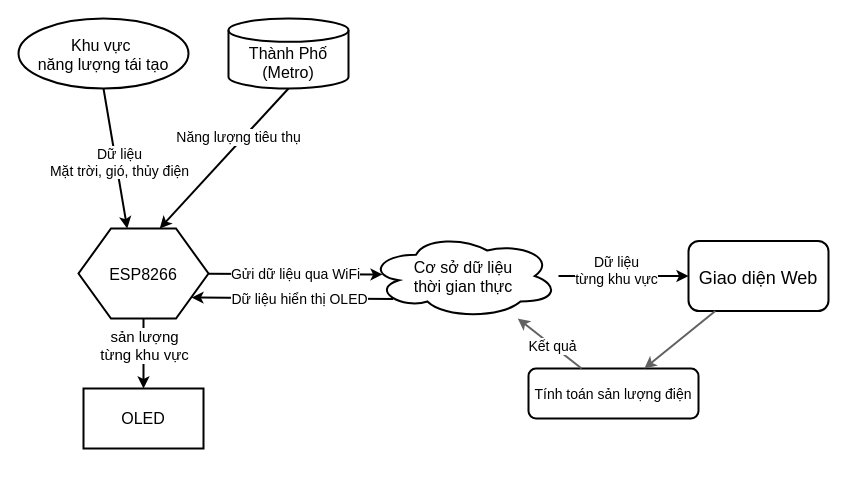
The draw.io diagram page "Page-3" (3 of 7) of docs/Renewable.drawio in NguyenLoc25/smart-urban, before the edit. Source tidied: cells renumbered, new cells numbered last; positions are measured from the earlier drawing's top-left corner, leaving out a move shared by most shapes. Both pictures are drawn from the tidied source at 100%, with x=0, y=0 at pixel (18, 18).
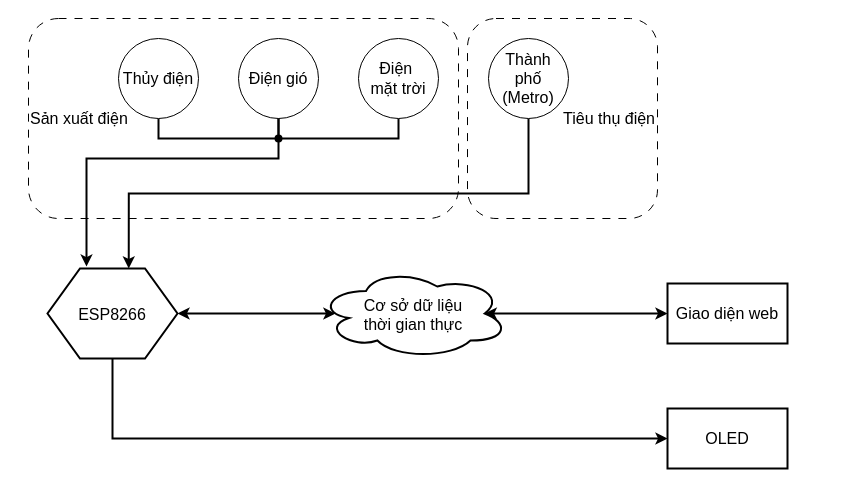
After the change.

Change to the diagram source:
```diff
@@
-    <mxCell id="2" value="Khu vực &#10;năng lượng tái tạo" style="shape=ellipse;fontSize=16;strokeWidth=2;" parent="1" vertex="1">
-      <mxGeometry width="170" height="70" as="geometry" />
-    </mxCell>
     <mxCell id="3" value="ESP8266" style="shape=hexagon;fontSize=16;strokeWidth=2;" parent="1" vertex="1">
-      <mxGeometry x="60" y="210" width="130" height="90" as="geometry" />
+      <mxGeometry x="29" y="250" width="130" height="90" as="geometry" />
     </mxCell>
     <mxCell id="4" value="Cơ sở dữ liệu&#10;thời gian thực" style="shape=cloud;fontSize=16;strokeWidth=2;" parent="1" vertex="1">
-      <mxGeometry x="350" y="215" width="190" height="85" as="geometry" />
+      <mxGeometry x="300" y="250" width="190" height="90" as="geometry" />
     </mxCell>
-    <mxCell id="5" value="Giao diện Web" style="shape=rectangle;rounded=1;fontSize=18;strokeWidth=2;" parent="1" vertex="1">
-      <mxGeometry x="670" y="222.5" width="140" height="70" as="geometry" />
-    </mxCell>
-    <mxCell id="6" value="&lt;div&gt;&lt;br&gt;&lt;/div&gt;Thành Phố (Metro)" style="strokeWidth=2;html=1;shape=mxgraph.flowchart.database;whiteSpace=wrap;fontSize=16;" parent="1" vertex="1">
-      <mxGeometry x="210" width="120" height="70" as="geometry" />
-    </mxCell>
-    <mxCell id="7" value="&lt;font style=&quot;color: rgb(0, 0, 0); font-size: 14px;&quot;&gt;Dữ liệu&lt;/font&gt;&lt;div&gt;&lt;font style=&quot;color: rgb(0, 0, 0); font-size: 14px;&quot;&gt;Mặt trời, gió, thủy điện&lt;/font&gt;&lt;/div&gt;" style="endArrow=classic;html=1;strokeWidth=2;fontSize=12;fontColor=#FF8F00;exitX=0.5;exitY=1;entryX=0.375;entryY=0;entryDx=0;entryDy=0;" parent="1" edge="1" source="2" target="3">
-      <mxGeometry x="0.07" y="3" relative="1" as="geometry" />
-    </mxCell>
+    <mxCell id="16" style="edgeStyle=orthogonalEdgeStyle;rounded=0;jettySize=auto;html=1;strokeWidth=2;" parent="1" edge="1" source="3" target="18">
+      <mxGeometry relative="1" as="geometry">
+        <Array as="points">
+          <mxPoint x="94" y="420" />
+        </Array>
+      </mxGeometry>
+    </mxCell>
+    <mxCell id="18" value="&lt;font style=&quot;font-size: 16px;&quot;&gt;OLED&lt;/font&gt;" style="rounded=0;whiteSpace=wrap;html=1;strokeWidth=2;" parent="1" vertex="1">
+      <mxGeometry x="649" y="390" width="120" height="60" as="geometry" />
+    </mxCell>
+    <mxCell id="19" style="edgeStyle=orthogonalEdgeStyle;rounded=0;jettySize=auto;html=1;exitX=0.5;exitY=1;exitDx=0;exitDy=0;entryX=0.5;entryY=1;entryDx=0;entryDy=0;endArrow=none;startFill=0;strokeWidth=2;" parent="1" edge="1" source="20" target="23">
+      <mxGeometry relative="1" as="geometry" />
+    </mxCell>
+    <mxCell id="20" value="&lt;font style=&quot;font-size: 16px;&quot;&gt;Thủy điện&lt;/font&gt;" style="ellipse;whiteSpace=wrap;html=1;" parent="1" vertex="1">
+      <mxGeometry x="100" y="20" width="80" height="80" as="geometry" />
+    </mxCell>
+    <mxCell id="21" style="edgeStyle=orthogonalEdgeStyle;rounded=0;jettySize=auto;html=1;exitX=0.5;exitY=1;exitDx=0;exitDy=0;endArrow=oval;endFill=1;strokeWidth=2;" parent="1" edge="1" source="22">
+      <mxGeometry relative="1" as="geometry">
+        <mxPoint x="260" y="120" as="targetPoint" />
+        <Array as="points">
+          <mxPoint x="380" y="120" />
+        </Array>
+      </mxGeometry>
+    </mxCell>
+    <mxCell id="22" value="&lt;font style=&quot;font-size: 16px;&quot;&gt;Điện&amp;nbsp;&lt;/font&gt;&lt;div&gt;&lt;font style=&quot;font-size: 16px;&quot;&gt;mặt trời&lt;/font&gt;&lt;/div&gt;" style="ellipse;whiteSpace=wrap;html=1;" parent="1" vertex="1">
+      <mxGeometry x="340" y="20" width="80" height="80" as="geometry" />
+    </mxCell>
+    <mxCell id="23" value="&lt;font style=&quot;font-size: 16px;&quot;&gt;Điện gió&lt;/font&gt;" style="ellipse;whiteSpace=wrap;html=1;" parent="1" vertex="1">
+      <mxGeometry x="220" y="20" width="80" height="80" as="geometry" />
+    </mxCell>
+    <mxCell id="24" style="edgeStyle=orthogonalEdgeStyle;rounded=0;jettySize=auto;html=1;exitX=0.5;exitY=1;exitDx=0;exitDy=0;entryX=0.625;entryY=0;entryDx=0;entryDy=0;strokeWidth=2;" parent="1" edge="1" source="25" target="3">
+      <mxGeometry relative="1" as="geometry" />
+    </mxCell>
+    <mxCell id="25" value="&lt;font style=&quot;font-size: 16px;&quot;&gt;Thành&lt;/font&gt;&lt;div&gt;&lt;font style=&quot;font-size: 16px;&quot;&gt;phố&lt;/font&gt;&lt;/div&gt;&lt;div&gt;&lt;font style=&quot;font-size: 16px;&quot;&gt;(Metro)&lt;/font&gt;&lt;/div&gt;" style="ellipse;whiteSpace=wrap;html=1;" parent="1" vertex="1">
+      <mxGeometry x="470" y="20" width="80" height="80" as="geometry" />
+    </mxCell>
+    <mxCell id="26" style="edgeStyle=orthogonalEdgeStyle;rounded=0;jettySize=auto;html=1;exitX=0.5;exitY=1;exitDx=0;exitDy=0;entryX=0.3;entryY=-0.022;entryDx=0;entryDy=0;entryPerimeter=0;strokeWidth=2;" parent="1" edge="1" source="23" target="3">
+      <mxGeometry relative="1" as="geometry">
+        <Array as="points">
+          <mxPoint x="260" y="140" />
+          <mxPoint x="68" y="140" />
+        </Array>
+      </mxGeometry>
+    </mxCell>
+    <mxCell id="27" value="&lt;font style=&quot;font-size: 16px;&quot;&gt;Tiêu thụ điện&lt;/font&gt;" style="rounded=1;whiteSpace=wrap;html=1;fillColor=none;align=right;dashed=1;dashPattern=8 8;" parent="1" vertex="1">
+      <mxGeometry x="449" width="190" height="200" as="geometry" />
+    </mxCell>
-    <mxCell id="8" value="&lt;font style=&quot;color: rgb(0, 0, 0); font-size: 14px;&quot;&gt;Gửi dữ liệu qua WiFi&lt;/font&gt;" style="endArrow=classic;html=1;strokeWidth=2;fontSize=12;fontColor=#5E35B1;dashed=0;entryX=0.074;entryY=0.482;entryDx=0;entryDy=0;entryPerimeter=0;" parent="1" edge="1" source="3" target="4">
+    <mxCell id="8" style="edgeStyle=orthogonalEdgeStyle;rounded=0;jettySize=auto;html=1;exitX=1;exitY=0.5;exitDx=0;exitDy=0;entryX=0.089;entryY=0.5;entryDx=0;entryDy=0;entryPerimeter=0;startArrow=classic;startFill=1;strokeWidth=2;" parent="1" edge="1" source="3" target="4">
       <mxGeometry relative="1" as="geometry" />
     </mxCell>
-    <mxCell id="9" value="&lt;font style=&quot;font-size: 14px; color: light-dark(rgb(0, 0, 0), rgb(237, 237, 237));&quot;&gt;Dữ liệu&lt;br&gt;từng khu vực&lt;/font&gt;" style="endArrow=classic;html=1;strokeWidth=2;fontSize=12;fontColor=#01579B;dashed=0;" parent="1" edge="1" source="4" target="5">
-      <mxGeometry x="-0.11" y="6" relative="1" as="geometry" />
-    </mxCell>
-    <mxCell id="10" value="&lt;font style=&quot;font-size: 14px; color: light-dark(rgb(0, 0, 0), rgb(237, 237, 237));&quot;&gt;Dữ liệu hiển thị OLED&lt;/font&gt;" style="endArrow=classic;html=1;strokeWidth=2;fontSize=12;fontColor=#5E35B1;dashed=0;exitX=0.13;exitY=0.77;exitDx=0;exitDy=0;exitPerimeter=0;entryX=0.869;entryY=0.767;entryDx=0;entryDy=0;entryPerimeter=0;" parent="1" edge="1" source="4" target="3">
-      <mxGeometry x="-0.07" y="1" relative="1" as="geometry" />
-    </mxCell>
-    <mxCell id="11" value="&lt;font style=&quot;color: rgb(0, 0, 0); font-size: 14px;&quot;&gt;Năng lượng tiêu thụ&lt;/font&gt;" style="endArrow=classic;html=1;strokeWidth=2;fontSize=12;fontColor=#7B1FA2;exitX=0.5;exitY=1;exitDx=0;exitDy=0;exitPerimeter=0;entryX=0.625;entryY=0;entryDx=0;entryDy=0;" parent="1" edge="1" source="6" target="3">
-      <mxGeometry x="-0.26" y="-3" relative="1" as="geometry" />
-    </mxCell>
-    <mxCell id="12" value="Tính toán sản lượng điện" style="shape=rectangle;rounded=1;fontSize=14;strokeWidth=2;" parent="1" vertex="1">
-      <mxGeometry x="510" y="350" width="170" height="50" as="geometry" />
-    </mxCell>
-    <mxCell id="13" style="endArrow=classic;html=1;strokeWidth=2;strokeColor=#616161;fontSize=12;dashed=0;" parent="1" edge="1" source="12" target="4">
-      <mxGeometry relative="1" as="geometry" />
-    </mxCell>
-    <mxCell id="14" value="&lt;font style=&quot;font-size: 14px;&quot;&gt;Kết quả&lt;/font&gt;" style="edgeLabel;html=1;align=center;verticalAlign=middle;" parent="13" vertex="1">
-      <mxGeometry x="-0.08" relative="1" as="geometry" />
-    </mxCell>
-    <mxCell id="15" style="endArrow=classic;html=1;strokeWidth=2;strokeColor=#616161;fontSize=12;dashed=0;" parent="1" edge="1" source="5" target="12">
-      <mxGeometry relative="1" as="geometry" />
-    </mxCell>
-    <mxCell id="16" style="edgeStyle=orthogonalEdgeStyle;rounded=0;jettySize=auto;html=1;strokeWidth=2;" parent="1" edge="1" source="3" target="18">
-      <mxGeometry relative="1" as="geometry" />
-    </mxCell>
-    <mxCell id="17" value="&lt;font style=&quot;font-size: 15px;&quot;&gt;sản lượng&lt;/font&gt;&lt;div&gt;&lt;font style=&quot;font-size: 15px;&quot;&gt;từng khu vực&lt;/font&gt;&lt;/div&gt;" style="edgeLabel;html=1;align=center;verticalAlign=middle;" parent="16" vertex="1">
-      <mxGeometry x="-0.27" relative="1" as="geometry" />
-    </mxCell>
-    <mxCell id="18" value="&lt;font style=&quot;font-size: 16px;&quot;&gt;OLED&lt;/font&gt;" style="rounded=0;whiteSpace=wrap;html=1;strokeWidth=2;" parent="1" vertex="1">
-      <mxGeometry x="65" y="370" width="120" height="60" as="geometry" />
-    </mxCell>
+    <mxCell id="28" value="&lt;font style=&quot;font-size: 16px;&quot;&gt;Giao diện web&lt;/font&gt;" style="rounded=0;whiteSpace=wrap;html=1;strokeWidth=2;" parent="1" vertex="1">
+      <mxGeometry x="649" y="265" width="120" height="60" as="geometry" />
+    </mxCell>
+    <mxCell id="29" style="edgeStyle=orthogonalEdgeStyle;rounded=0;jettySize=auto;html=1;exitX=0;exitY=0.5;exitDx=0;exitDy=0;entryX=0.875;entryY=0.5;entryDx=0;entryDy=0;entryPerimeter=0;startArrow=classic;startFill=1;strokeWidth=2;" parent="1" edge="1" source="28" target="4">
+      <mxGeometry relative="1" as="geometry" />
+    </mxCell>
+    <mxCell id="30" value="&lt;font style=&quot;font-size: 16px;&quot;&gt;Sản xuất điện&lt;/font&gt;" style="rounded=1;whiteSpace=wrap;html=1;fillColor=none;dashed=1;dashPattern=8 8;align=left;" parent="1" vertex="1">
+      <mxGeometry x="10" width="430" height="200" as="geometry" />
+    </mxCell>
```
